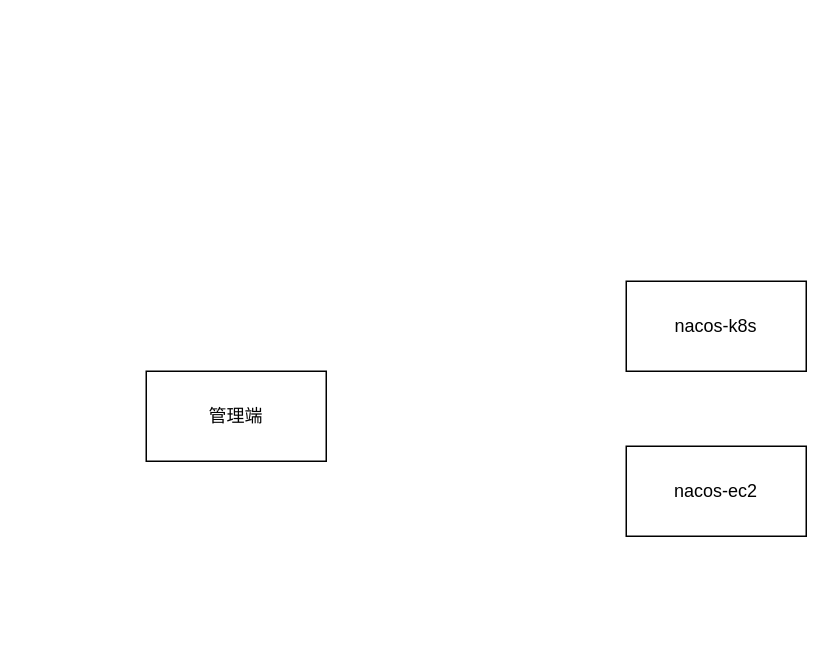
Above: 配置中心.drawio in asi6611622/---- (draw.io), before the change. Source tidied: cells renumbered, new cells numbered last; positions are measured from the earlier drawing's top-left corner, leaving out a move shared by most shapes. Both pictures are drawn from the tidied source at 150%, with x=0, y=0 at pixel (146, 280).
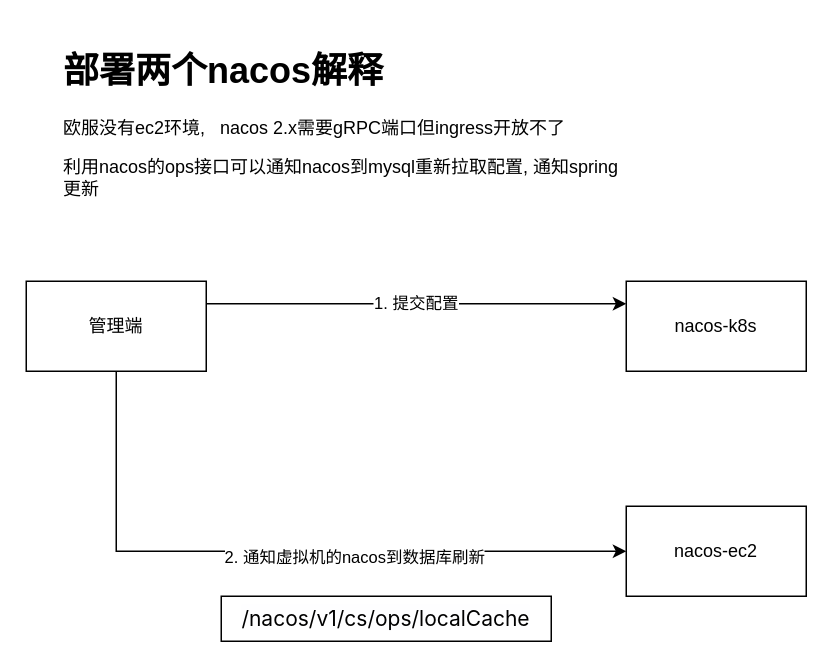
After the change.

Commit message (it also covers changes not shown here):
更新配置中心.drawio

Change to the diagram source:
```diff
@@
 <mxGraphModel>
   <root>
     <mxCell id="0" />
     <mxCell id="1" parent="0" />
+    <mxCell id="5" value="1. 提交配置" style="edgeStyle=orthogonalEdgeStyle;rounded=0;jettySize=auto;html=1;exitX=1;exitY=0.25;exitDx=0;exitDy=0;entryX=0;entryY=0.25;entryDx=0;entryDy=0;fontColor=#000000;" parent="1" edge="1" source="2" target="3">
+      <mxGeometry relative="1" as="geometry" />
+    </mxCell>
+    <mxCell id="6" style="edgeStyle=orthogonalEdgeStyle;rounded=0;jettySize=auto;html=1;exitX=0.5;exitY=1;exitDx=0;exitDy=0;entryX=0;entryY=0.5;entryDx=0;entryDy=0;fontColor=#000000;" parent="1" edge="1" source="2" target="4">
+      <mxGeometry relative="1" as="geometry" />
+    </mxCell>
+    <mxCell id="7" value="2. 通知虚拟机的nacos到数据库刷新" style="edgeLabel;html=1;align=center;verticalAlign=middle;fontColor=#000000;" parent="6" vertex="1">
+      <mxGeometry x="0.21" y="-3" relative="1" as="geometry" />
+    </mxCell>
     <mxCell id="2" value="管理端" style="rounded=0;whiteSpace=wrap;html=1;" parent="1" vertex="1">
-      <mxGeometry y="60" width="120" height="60" as="geometry" />
+      <mxGeometry x="-80" width="120" height="60" as="geometry" />
     </mxCell>
     <mxCell id="3" value="nacos-k8s" style="rounded=0;whiteSpace=wrap;html=1;" parent="1" vertex="1">
       <mxGeometry x="320" width="120" height="60" as="geometry" />
     </mxCell>
     <mxCell id="4" value="nacos-ec2" style="rounded=0;whiteSpace=wrap;html=1;" parent="1" vertex="1">
-      <mxGeometry x="320" y="110" width="120" height="60" as="geometry" />
+      <mxGeometry x="320" y="150" width="120" height="60" as="geometry" />
     </mxCell>
+    <mxCell id="8" value="&lt;span style=&quot;box-sizing: border-box; font-family: -apple-system, system-ui, &amp;quot;Segoe UI&amp;quot;, Roboto, &amp;quot;Helvetica Neue&amp;quot;, &amp;quot;PingFang SC&amp;quot;, &amp;quot;Microsoft Yahei&amp;quot;, Arial, &amp;quot;Noto Sans&amp;quot;, sans-serif, &amp;quot;Apple Color Emoji&amp;quot;, &amp;quot;Segoe UI Emoji&amp;quot;, &amp;quot;Segoe UI Symbol&amp;quot;, &amp;quot;Noto Color Emoji&amp;quot;; font-size: 14px; text-align: start; background-color: rgba(230, 231, 233, 0.04);&quot; class=&quot;pui-pages-api-api-manage-http-http-api-case-index-path-hover&quot;&gt;/nacos&lt;/span&gt;&lt;span style=&quot;box-sizing: border-box; font-family: -apple-system, system-ui, &amp;quot;Segoe UI&amp;quot;, Roboto, &amp;quot;Helvetica Neue&amp;quot;, &amp;quot;PingFang SC&amp;quot;, &amp;quot;Microsoft Yahei&amp;quot;, Arial, &amp;quot;Noto Sans&amp;quot;, sans-serif, &amp;quot;Apple Color Emoji&amp;quot;, &amp;quot;Segoe UI Emoji&amp;quot;, &amp;quot;Segoe UI Symbol&amp;quot;, &amp;quot;Noto Color Emoji&amp;quot;; font-size: 14px; text-align: start; background-color: rgba(230, 231, 233, 0.04);&quot; class=&quot;pui-pages-api-api-manage-http-http-api-case-index-path-hover&quot;&gt;/v1/cs/ops/localCache&lt;/span&gt;" style="rounded=0;whiteSpace=wrap;html=1;" parent="1" vertex="1">
+      <mxGeometry x="50" y="210" width="220" height="30" as="geometry" />
+    </mxCell>
+    <mxCell id="9" value="&lt;h1&gt;部署两个nacos解释&lt;/h1&gt;&lt;p&gt;欧服没有ec2环境,&amp;nbsp; &amp;nbsp;nacos 2.x需要gRPC端口但ingress开放不了&lt;/p&gt;&lt;p&gt;利用nacos的ops接口可以通知nacos到mysql重新拉取配置, 通知spring更新&lt;/p&gt;" style="text;html=1;strokeColor=none;fillColor=none;spacing=5;spacingTop=-20;whiteSpace=wrap;overflow=hidden;rounded=0;fontColor=#000000;" parent="1" vertex="1">
+      <mxGeometry x="-60" y="-160" width="380" height="120" as="geometry" />
+    </mxCell>
   </root>
 </mxGraphModel>
```
